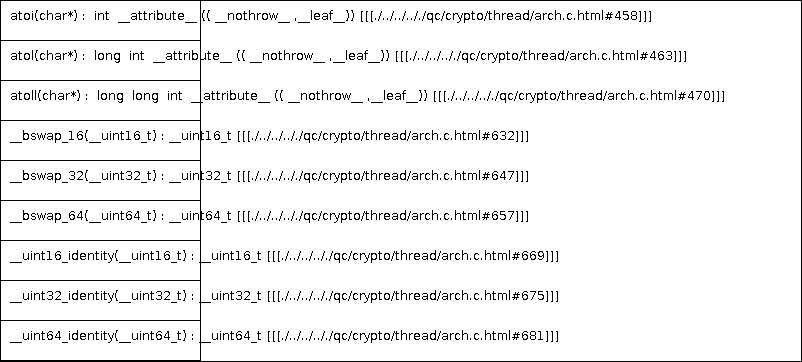
This is docs/qc/crypto/thread/arch.c.png from qualitesys/openssl, a PlantUML export, as it was before one commit. Its source is kept beside it as docs/qc/crypto/thread/arch.c.puml. Source of this version:
```plantuml
@startuml
!pragma layout smetana
class dummy {
atoi(char*) :  int  __attribute__ (( __nothrow__ ,__leaf__)) [[[./../../.././qc/crypto/thread/arch.c.html#458]]]
atol(char*) :  long  int  __attribute__ (( __nothrow__ ,__leaf__)) [[[./../../.././qc/crypto/thread/arch.c.html#463]]]
atoll(char*) :  long  long  int  __attribute__ (( __nothrow__ ,__leaf__)) [[[./../../.././qc/crypto/thread/arch.c.html#470]]]
__bswap_16(__uint16_t) : __uint16_t [[[./../../.././qc/crypto/thread/arch.c.html#632]]]
__bswap_32(__uint32_t) : __uint32_t [[[./../../.././qc/crypto/thread/arch.c.html#647]]]
__bswap_64(__uint64_t) : __uint64_t [[[./../../.././qc/crypto/thread/arch.c.html#657]]]
__uint16_identity(__uint16_t) : __uint16_t [[[./../../.././qc/crypto/thread/arch.c.html#669]]]
__uint32_identity(__uint32_t) : __uint32_t [[[./../../.././qc/crypto/thread/arch.c.html#675]]]
__uint64_identity(__uint64_t) : __uint64_t [[[./../../.././qc/crypto/thread/arch.c.html#681]]]
}
@enduml
```
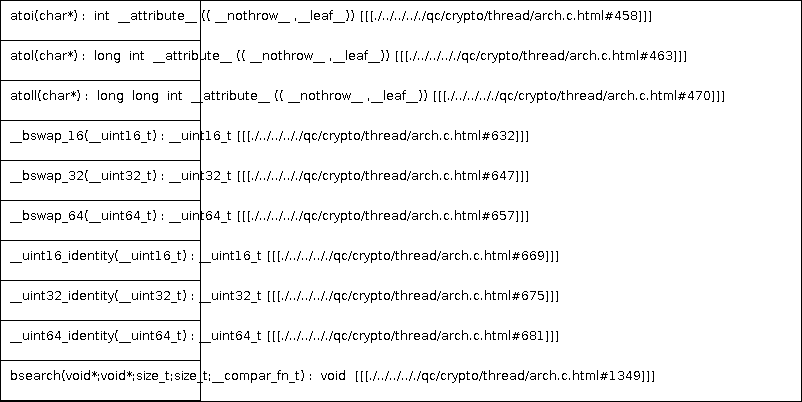
Above is the later version.

What changed in the source:
```diff
@@ -10,5 +10,6 @@
 __uint16_identity(__uint16_t) : __uint16_t [[[./../../.././qc/crypto/thread/arch.c.html#669]]]
 __uint32_identity(__uint32_t) : __uint32_t [[[./../../.././qc/crypto/thread/arch.c.html#675]]]
 __uint64_identity(__uint64_t) : __uint64_t [[[./../../.././qc/crypto/thread/arch.c.html#681]]]
+bsearch(void*;void*;size_t;size_t;__compar_fn_t) :  void  [[[./../../.././qc/crypto/thread/arch.c.html#1349]]]
 }
 @enduml
```
